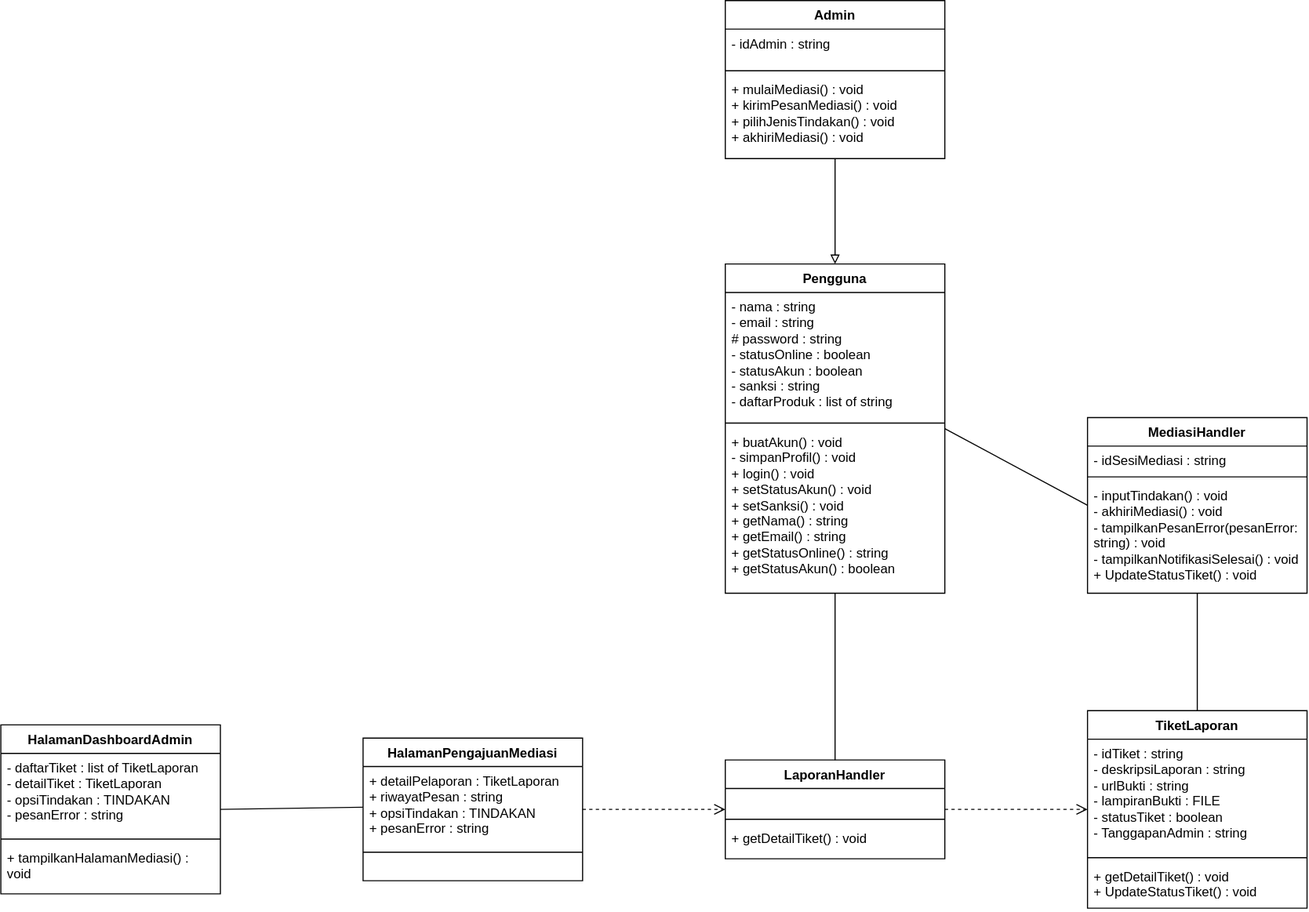
The draw.io diagram docs/M7/assets/diagram/UC16_DiagramKelas.svg in EdwTorch/IF2150-RPL-K01-G03, before a commit. Source tidied: cells renumbered, new cells last; positions are measured from the earlier drawing's top-left corner, leaving out a move shared by most shapes.
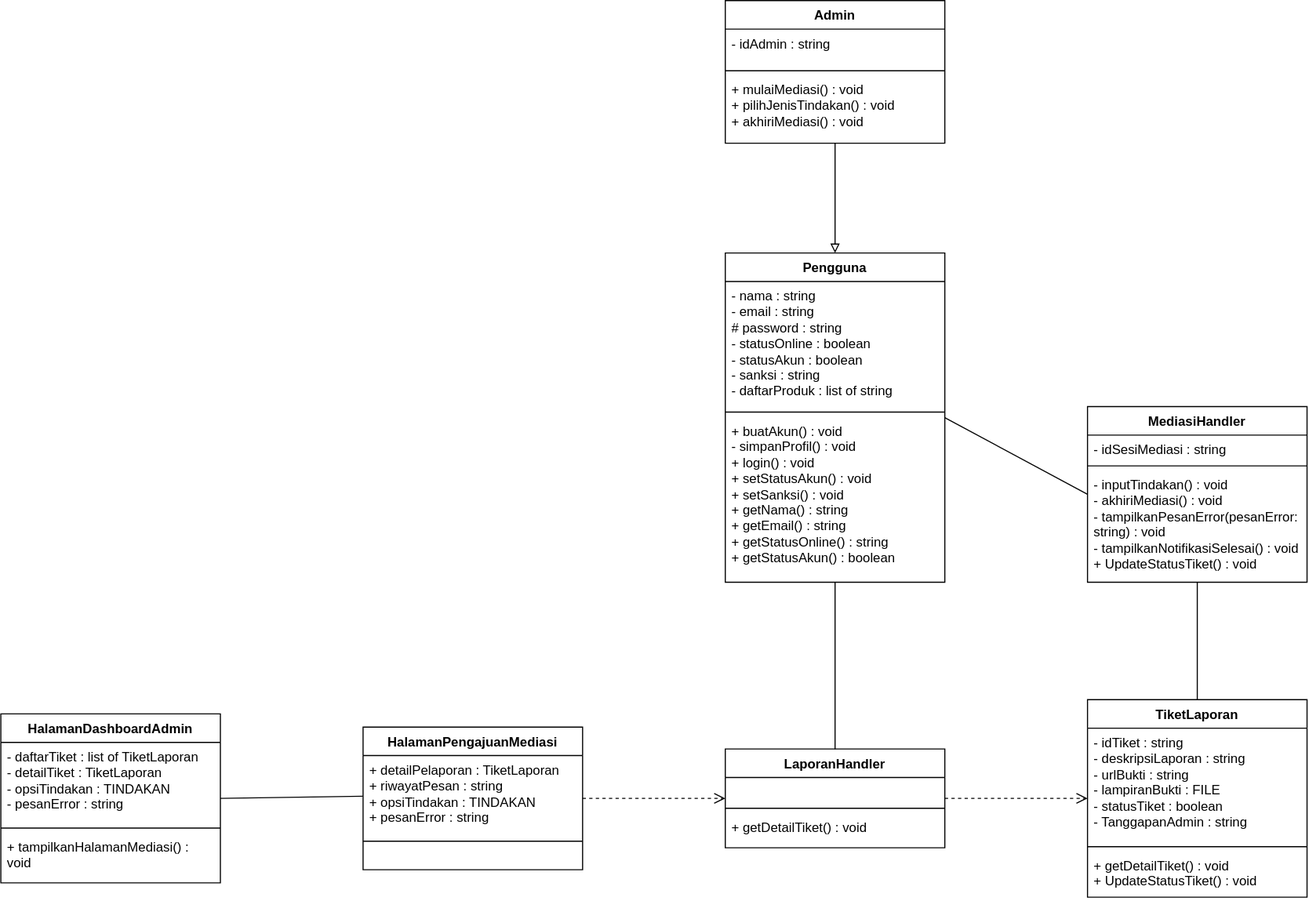
After the commit.

Commit message:
docs: menyesuaikan diagram kelas UC16

The edit, as a diff of the source:
```diff
@@ -3,7 +3,7 @@
     <mxCell id="0" />
     <mxCell id="1" parent="0" />
     <mxCell id="2" value="Admin" style="swimlane;fontStyle=1;align=center;verticalAlign=top;horizontal=1;startSize=26;whiteSpace=wrap;html=1;" parent="1" vertex="1">
-      <mxGeometry x="660" width="200" height="144" as="geometry" />
+      <mxGeometry x="660" y="10" width="200" height="130" as="geometry" />
     </mxCell>
     <mxCell id="3" value="- idAdmin : string" style="text;strokeColor=none;fillColor=none;align=left;verticalAlign=top;spacingLeft=4;spacingRight=4;overflow=hidden;whiteSpace=wrap;html=1;" parent="2" vertex="1">
       <mxGeometry y="26" width="200" height="34" as="geometry" />
@@ -11,8 +11,8 @@
     <mxCell id="4" style="line;strokeWidth=1;fillColor=none;align=left;verticalAlign=middle;spacingTop=-1;spacingLeft=3;spacingRight=3;labelPosition=right;strokeColor=inherit;labelPerimeter=1;" parent="2" vertex="1">
       <mxGeometry y="60" width="200" height="8" as="geometry" />
     </mxCell>
-    <mxCell id="5" value="&lt;div&gt;+ mulaiMediasi() : void&lt;/div&gt;&lt;div&gt;+ kirimPesanMediasi() : void&lt;/div&gt;&lt;div&gt;+ pilihJenisTindakan() : void&lt;/div&gt;&lt;div&gt;+ akhiriMediasi() : void&lt;/div&gt;" style="text;strokeColor=none;fillColor=none;align=left;verticalAlign=top;spacingLeft=4;spacingRight=4;overflow=hidden;whiteSpace=wrap;html=1;" parent="2" vertex="1">
-      <mxGeometry y="68" width="200" height="76" as="geometry" />
+    <mxCell id="5" value="&lt;div&gt;+ mulaiMediasi() : void&lt;/div&gt;&lt;div&gt;+ pilihJenisTindakan() : void&lt;/div&gt;&lt;div&gt;+ akhiriMediasi() : void&lt;/div&gt;" style="text;strokeColor=none;fillColor=none;align=left;verticalAlign=top;spacingLeft=4;spacingRight=4;overflow=hidden;whiteSpace=wrap;html=1;" parent="2" vertex="1">
+      <mxGeometry y="68" width="200" height="62" as="geometry" />
     </mxCell>
     <mxCell id="6" value="Pengguna" style="swimlane;fontStyle=1;align=center;verticalAlign=top;horizontal=1;startSize=26;whiteSpace=wrap;html=1;" parent="1" vertex="1">
       <mxGeometry x="660" y="240" width="200" height="300" as="geometry" />
```
